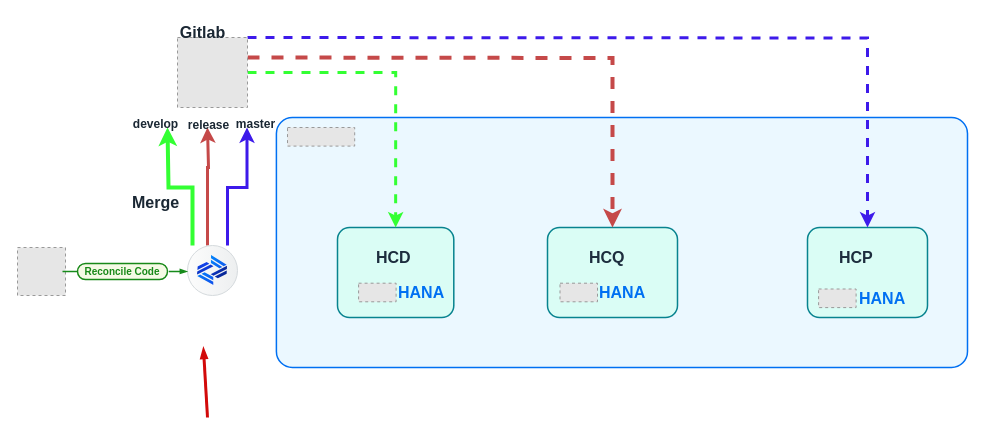
This is Resources_Git_Transport.drawio from sharathmg-sap/code-ux, a draw.io file, before an edit. Source tidied: cells renumbered, new cells numbered last; positions are measured from the earlier drawing's top-left corner, leaving out a move shared by most shapes. Both pictures are drawn from the tidied source at 100%, with x=0, y=0 at pixel (17, 17). Pictures stored in the file or linked from it are replaced by grey dashed boxes.
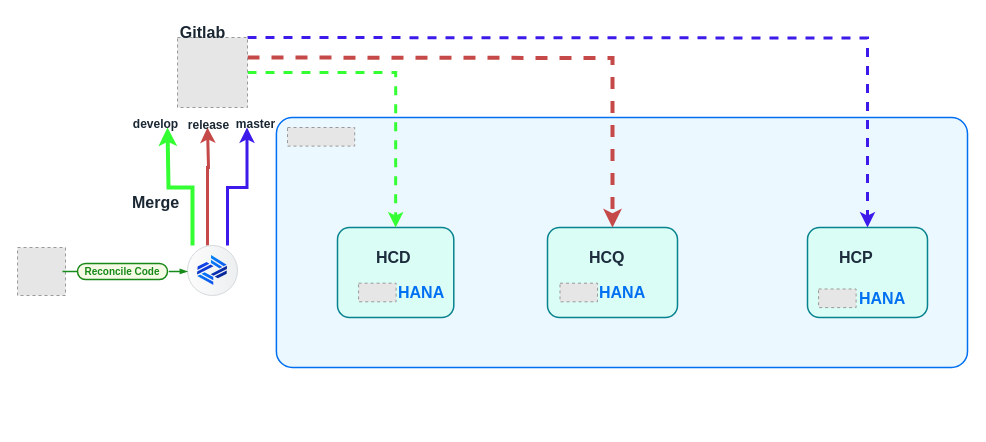
After the change.

What changed in the source:
```diff
@@
-    <mxCell id="33" style="endArrow=blockThin;html=1;strokeColor=#d20a0a;rounded=0;endFill=1;endSize=4;strokeWidth=3;startSize=4;startArrow=none;startFill=0;" parent="1" edge="1">
-      <mxGeometry relative="1" as="geometry">
-        <mxPoint x="190" y="400" as="sourcePoint" />
-        <mxPoint x="185.9" y="330" as="targetPoint" />
-      </mxGeometry>
-    </mxCell>
```
